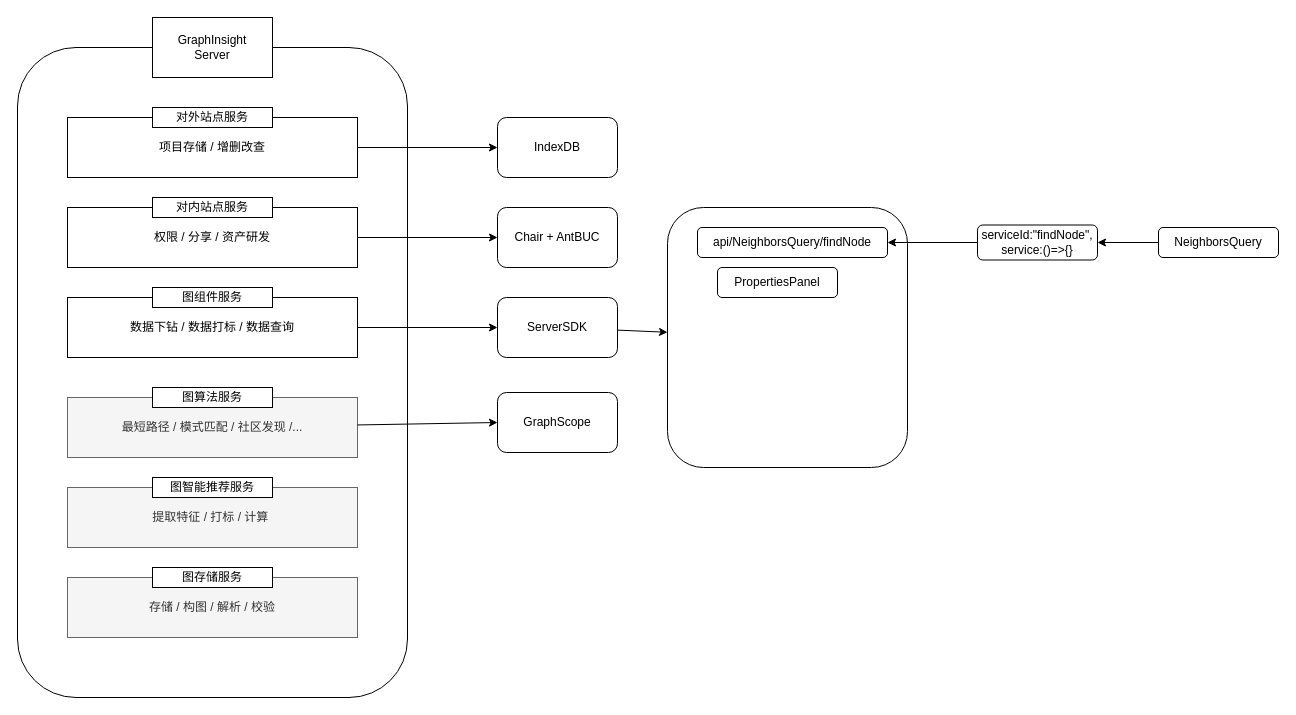
antvis/G6VP keeps this draw.io diagram as diagram/server.drawio. Above is the earlier version. Source tidied: cells renumbered, new cells numbered last; positions are measured from the earlier drawing's top-left corner, leaving out a move shared by most shapes. Both pictures are drawn from the tidied source at 100%, with x=0, y=0 at pixel (17, 17).
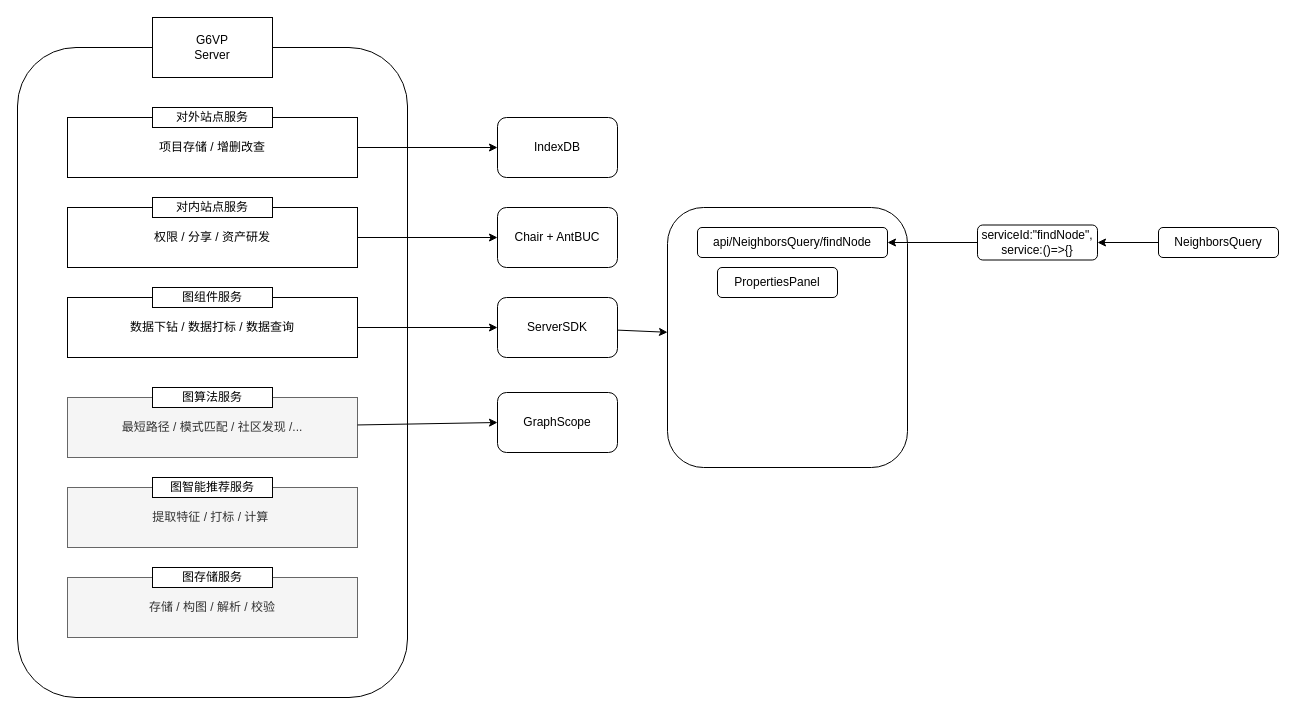
After the change.

The edit, as a diff of the source:
```diff
@@
-    <mxCell id="30" value="GraphInsight &lt;br&gt;Server" style="rounded=0;whiteSpace=wrap;html=1;" parent="1" vertex="1">
+    <mxCell id="30" value="G6VP &lt;br&gt;Server" style="rounded=0;whiteSpace=wrap;html=1;" parent="1" vertex="1">
       <mxGeometry x="135" width="120" height="60" as="geometry" />
     </mxCell>
```
